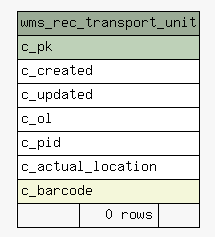
This is 1.0.0-SNAPSHOT/schemaspy/diagrams/summary/wms_rec_transport_unit.1degree.png from openwms/org.openwms.wms.receiving.lib, a Graphviz export, as it was before one commit. Its source is kept beside it as 1.0.0-SNAPSHOT/schemaspy/diagrams/summary/wms_rec_transport_unit.1degree.dot.
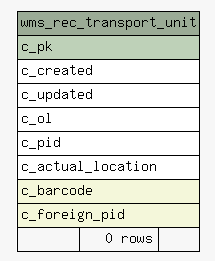
Later version of the same file.

The edit, as a diff of the source:
```diff
@@ -26,6 +26,7 @@
       <TR><TD PORT="c_pid" COLSPAN="3" ALIGN="LEFT">c_pid</TD></TR>
       <TR><TD PORT="c_actual_location" COLSPAN="3" ALIGN="LEFT">c_actual_location</TD></TR>
       <TR><TD PORT="c_barcode" COLSPAN="3" BGCOLOR="#f4f7da" ALIGN="LEFT">c_barcode</TD></TR>
+      <TR><TD PORT="c_foreign_pid" COLSPAN="3" BGCOLOR="#f4f7da" ALIGN="LEFT">c_foreign_pid</TD></TR>
       <TR><TD ALIGN="LEFT" BGCOLOR="#f7f7f7">  </TD><TD ALIGN="RIGHT" BGCOLOR="#f7f7f7">0 rows</TD><TD ALIGN="RIGHT" BGCOLOR="#f7f7f7">  </TD></TR>
     </TABLE>>
     URL="tables/wms_rec_transport_unit.html"
```
